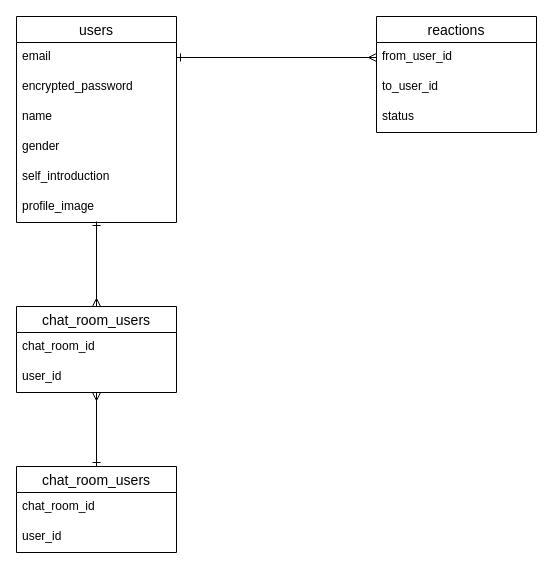
Earlier version of the draw.io diagram match.dio (yukki373/match). Source tidied: cells renumbered, new cells numbered last; positions are measured from the earlier drawing's top-left corner, leaving out a move shared by most shapes. Both pictures are drawn from the tidied source at 100%, with x=0, y=0 at pixel (16, 16).
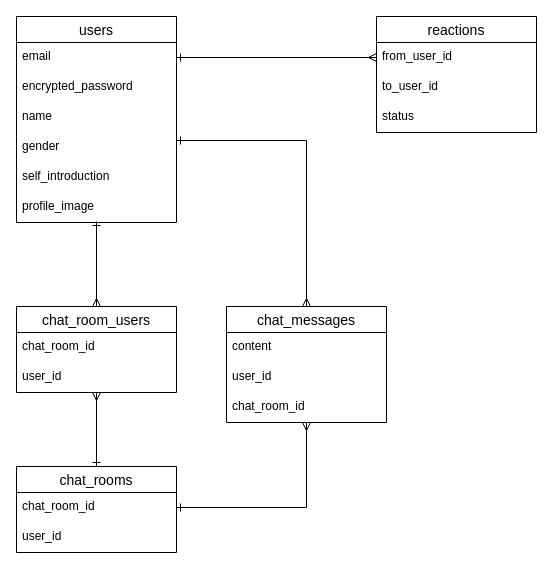
The same diagram, later.

The change refers to these unchanged cells:
```xml
<mxCell id="6" value="gender" style="text;strokeColor=none;fillColor=none;spacingLeft=4;spacingRight=4;overflow=hidden;points=[[0,0.5],[1,0.5]];portConstraint=eastwest;fontSize=12;" parent="2" vertex="1">
  <mxGeometry y="116" width="160" height="30" as="geometry" />
</mxCell>
<mxCell id="20" value="chat_room_id" style="text;strokeColor=none;fillColor=none;spacingLeft=4;spacingRight=4;overflow=hidden;points=[[0,0.5],[1,0.5]];portConstraint=eastwest;fontSize=12;" parent="19" vertex="1">
  <mxGeometry y="26" width="160" height="30" as="geometry" />
</mxCell>
```

What changed in the source:
```diff
@@
-    <mxCell id="19" value="chat_room_users" style="swimlane;fontStyle=0;horizontal=1;startSize=26;align=center;fontSize=14;" parent="1" vertex="1">
+    <mxCell id="19" value="chat_rooms" style="swimlane;fontStyle=0;horizontal=1;startSize=26;align=center;fontSize=14;" parent="1" vertex="1">
       <mxGeometry y="450" width="160" height="86" as="geometry" />
     </mxCell>
@@
+    <mxCell id="22" style="edgeStyle=orthogonalEdgeStyle;rounded=0;jettySize=auto;html=1;startArrow=ERmany;startFill=0;endArrow=ERone;endFill=0;" parent="1" edge="1" source="24" target="20">
+      <mxGeometry relative="1" as="geometry" />
+    </mxCell>
+    <mxCell id="23" style="edgeStyle=orthogonalEdgeStyle;rounded=0;jettySize=auto;html=1;entryX=1;entryY=0.267;entryDx=0;entryDy=0;entryPerimeter=0;startArrow=ERmany;startFill=0;endArrow=ERone;endFill=0;" parent="1" edge="1" source="24" target="6">
+      <mxGeometry relative="1" as="geometry" />
+    </mxCell>
+    <mxCell id="24" value="chat_messages" style="swimlane;fontStyle=0;horizontal=1;startSize=26;align=center;fontSize=14;" parent="1" vertex="1">
+      <mxGeometry x="210" y="290" width="160" height="116" as="geometry" />
+    </mxCell>
+    <mxCell id="25" value="content" style="text;strokeColor=none;fillColor=none;spacingLeft=4;spacingRight=4;overflow=hidden;fontSize=12;" parent="24" vertex="1">
+      <mxGeometry y="26" width="160" height="30" as="geometry" />
+    </mxCell>
+    <mxCell id="26" value="user_id" style="text;strokeColor=none;fillColor=none;spacingLeft=4;spacingRight=4;overflow=hidden;fontSize=12;" parent="24" vertex="1">
+      <mxGeometry y="56" width="160" height="30" as="geometry" />
+    </mxCell>
+    <mxCell id="27" value="chat_room_id" style="text;strokeColor=none;fillColor=none;spacingLeft=4;spacingRight=4;overflow=hidden;fontSize=12;" parent="24" vertex="1">
+      <mxGeometry y="86" width="160" height="30" as="geometry" />
+    </mxCell>
```
